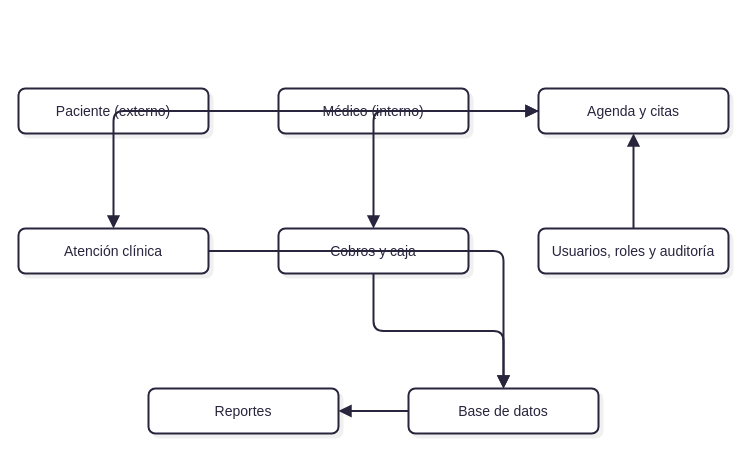
The draw.io diagram page "Arquitectura General" (1 of 6) of modelo_4mas1_citas_medicas.drawio in jsiquem/proyecto-analisis-en-sistemas-2, before the edit. Source tidied: cells renumbered, new cells numbered last; positions are measured from the earlier drawing's top-left corner, leaving out a move shared by most shapes. Both pictures are drawn from the tidied source at 100%, with x=0, y=0 at pixel (18, 88).
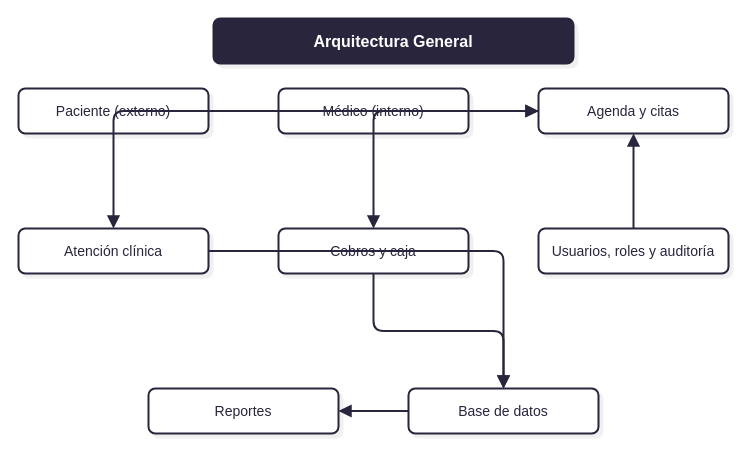
The same diagram, later.

Change to the diagram source:
```diff
@@
 <mxGraphModel>
   <root>
     <mxCell id="0" />
     <mxCell id="1" parent="0" />
+    <mxCell id="18" value="Arquitectura General" style="html=1;whiteSpace=wrap;strokeWidth=2;rounded=1;fillColor=#28253D;strokeColor=#28253D;fontColor=#FFFFFF;fontFamily=Recursive;fontSize=16;fontStyle=1;shadow=1;shadowColor=#000000;shadowOffsetX=4;shadowOffsetY=4;shadowBlur=0;shadowOpacity=6;" parent="1" vertex="1">
+      <mxGeometry x="195" y="-70" width="360" height="45" as="geometry" />
+    </mxCell>
     <mxCell id="2" value="Paciente (externo)" style="html=1;whiteSpace=wrap;strokeWidth=2;rounded=1;fillColor=#ffffff;strokeColor=#28253D;fontColor=#28253D;fontFamily=Recursive;fontSize=14;shadow=1;shadowColor=#000000;shadowOffsetX=4;shadowOffsetY=4;shadowBlur=0;shadowOpacity=6;" parent="1" vertex="1">
       <mxGeometry width="190" height="45" as="geometry" />
     </mxCell>
     <mxCell id="3" value="Médico (interno)" style="html=1;whiteSpace=wrap;strokeWidth=2;rounded=1;fillColor=#ffffff;strokeColor=#28253D;fontColor=#28253D;fontFamily=Recursive;fontSize=14;shadow=1;shadowColor=#000000;shadowOffsetX=4;shadowOffsetY=4;shadowBlur=0;shadowOpacity=6;" parent="1" vertex="1">
       <mxGeometry x="260" width="190" height="45" as="geometry" />
     </mxCell>
     <mxCell id="4" value="Agenda y citas" style="html=1;whiteSpace=wrap;strokeWidth=2;rounded=1;fillColor=#ffffff;strokeColor=#28253D;fontColor=#28253D;fontFamily=Recursive;fontSize=14;shadow=1;shadowColor=#000000;shadowOffsetX=4;shadowOffsetY=4;shadowBlur=0;shadowOpacity=6;" parent="1" vertex="1">
       <mxGeometry x="520" width="190" height="45" as="geometry" />
     </mxCell>
     <mxCell id="5" value="Atención clínica" style="html=1;whiteSpace=wrap;strokeWidth=2;rounded=1;fillColor=#ffffff;strokeColor=#28253D;fontColor=#28253D;fontFamily=Recursive;fontSize=14;shadow=1;shadowColor=#000000;shadowOffsetX=4;shadowOffsetY=4;shadowBlur=0;shadowOpacity=6;" parent="1" vertex="1">
       <mxGeometry y="140" width="190" height="45" as="geometry" />
     </mxCell>
     <mxCell id="6" value="Cobros y caja" style="html=1;whiteSpace=wrap;strokeWidth=2;rounded=1;fillColor=#ffffff;strokeColor=#28253D;fontColor=#28253D;fontFamily=Recursive;fontSize=14;shadow=1;shadowColor=#000000;shadowOffsetX=4;shadowOffsetY=4;shadowBlur=0;shadowOpacity=6;" parent="1" vertex="1">
       <mxGeometry x="260" y="140" width="190" height="45" as="geometry" />
     </mxCell>
     <mxCell id="7" value="Usuarios, roles y auditoría" style="html=1;whiteSpace=wrap;strokeWidth=2;rounded=1;fillColor=#ffffff;strokeColor=#28253D;fontColor=#28253D;fontFamily=Recursive;fontSize=14;shadow=1;shadowColor=#000000;shadowOffsetX=4;shadowOffsetY=4;shadowBlur=0;shadowOpacity=6;" parent="1" vertex="1">
       <mxGeometry x="520" y="140" width="190" height="45" as="geometry" />
     </mxCell>
     <mxCell id="8" value="Reportes" style="html=1;whiteSpace=wrap;strokeWidth=2;rounded=1;fillColor=#ffffff;strokeColor=#28253D;fontColor=#28253D;fontFamily=Recursive;fontSize=14;shadow=1;shadowColor=#000000;shadowOffsetX=4;shadowOffsetY=4;shadowBlur=0;shadowOpacity=6;" parent="1" vertex="1">
       <mxGeometry x="130" y="300" width="190" height="45" as="geometry" />
     </mxCell>
     <mxCell id="9" value="Base de datos" style="html=1;whiteSpace=wrap;strokeWidth=2;rounded=1;fillColor=#ffffff;strokeColor=#28253D;fontColor=#28253D;fontFamily=Recursive;fontSize=14;shadow=1;shadowColor=#000000;shadowOffsetX=4;shadowOffsetY=4;shadowBlur=0;shadowOpacity=6;" parent="1" vertex="1">
       <mxGeometry x="390" y="300" width="190" height="45" as="geometry" />
     </mxCell>
     <mxCell id="10" style="edgeStyle=orthogonalEdgeStyle;rounded=1;curved=0;startArrow=none;endArrow=block;endSize=8;jumpStyle=arc;jumpSize=12;strokeColor=#28253D;strokeWidth=2;" parent="1" edge="1" source="2" target="4">
       <mxGeometry relative="1" as="geometry" />
     </mxCell>
     <mxCell id="11" style="edgeStyle=orthogonalEdgeStyle;rounded=1;curved=0;startArrow=none;endArrow=block;endSize=8;jumpStyle=arc;jumpSize=12;strokeColor=#28253D;strokeWidth=2;" parent="1" edge="1" source="3" target="4">
       <mxGeometry relative="1" as="geometry" />
     </mxCell>
     <mxCell id="12" style="edgeStyle=orthogonalEdgeStyle;rounded=1;curved=0;startArrow=none;endArrow=block;endSize=8;jumpStyle=arc;jumpSize=12;strokeColor=#28253D;strokeWidth=2;" parent="1" edge="1" source="4" target="5">
       <mxGeometry relative="1" as="geometry" />
     </mxCell>
     <mxCell id="13" style="edgeStyle=orthogonalEdgeStyle;rounded=1;curved=0;startArrow=none;endArrow=block;endSize=8;jumpStyle=arc;jumpSize=12;strokeColor=#28253D;strokeWidth=2;" parent="1" edge="1" source="4" target="6">
       <mxGeometry relative="1" as="geometry" />
     </mxCell>
     <mxCell id="14" style="edgeStyle=orthogonalEdgeStyle;rounded=1;curved=0;startArrow=none;endArrow=block;endSize=8;jumpStyle=arc;jumpSize=12;strokeColor=#28253D;strokeWidth=2;" parent="1" edge="1" source="7" target="4">
       <mxGeometry relative="1" as="geometry" />
     </mxCell>
     <mxCell id="15" style="edgeStyle=orthogonalEdgeStyle;rounded=1;curved=0;startArrow=none;endArrow=block;endSize=8;jumpStyle=arc;jumpSize=12;strokeColor=#28253D;strokeWidth=2;" parent="1" edge="1" source="5" target="9">
       <mxGeometry relative="1" as="geometry" />
     </mxCell>
     <mxCell id="16" style="edgeStyle=orthogonalEdgeStyle;rounded=1;curved=0;startArrow=none;endArrow=block;endSize=8;jumpStyle=arc;jumpSize=12;strokeColor=#28253D;strokeWidth=2;" parent="1" edge="1" source="6" target="9">
       <mxGeometry relative="1" as="geometry" />
     </mxCell>
     <mxCell id="17" style="edgeStyle=orthogonalEdgeStyle;rounded=1;curved=0;startArrow=none;endArrow=block;endSize=8;jumpStyle=arc;jumpSize=12;strokeColor=#28253D;strokeWidth=2;" parent="1" edge="1" source="9" target="8">
       <mxGeometry relative="1" as="geometry" />
     </mxCell>
   </root>
 </mxGraphModel>
```
